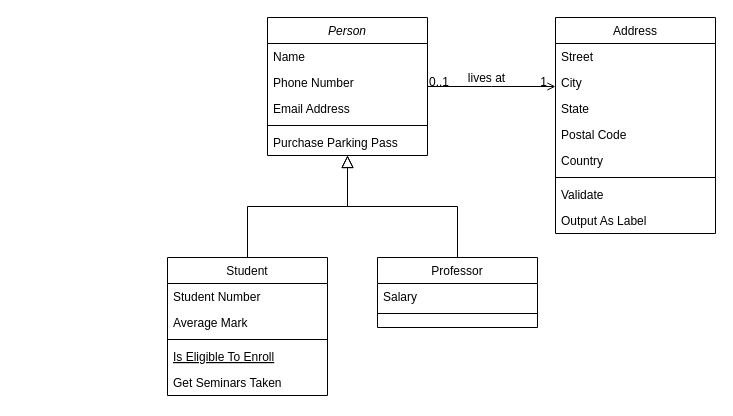
Before: Untitled Diagram.drawio in yanhj/DrawIO, a draw.io diagram. Source tidied: cells renumbered, new cells numbered last; positions are measured from the earlier drawing's top-left corner, leaving out a move shared by most shapes. Both pictures are drawn from the tidied source at 100%, with x=0, y=0 at pixel (167, 17).
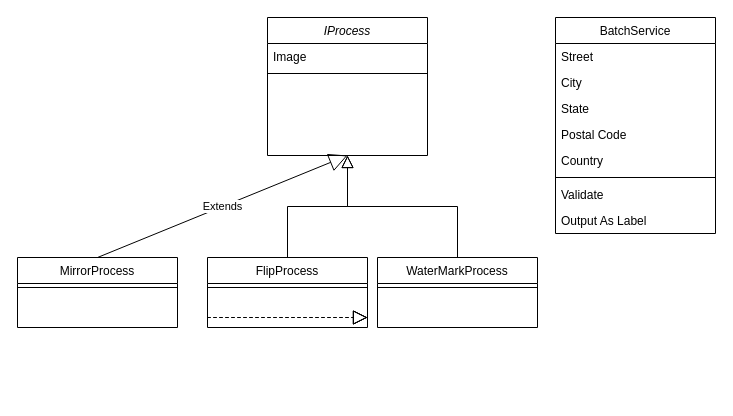
The same page after the edit.

Diff of the diagram source:
```diff
@@
-    <mxCell id="2" value="Person" style="swimlane;fontStyle=2;align=center;verticalAlign=top;horizontal=1;startSize=26;rounded=0;shadow=0;strokeWidth=1;" parent="1" vertex="1">
+    <mxCell id="2" value="IProcess&#10;" style="swimlane;fontStyle=2;align=center;verticalAlign=top;horizontal=1;startSize=26;rounded=0;shadow=0;strokeWidth=1;" parent="1" vertex="1">
       <mxGeometry x="100" width="160" height="138" as="geometry" />
     </mxCell>
-    <mxCell id="3" value="Name" style="text;align=left;verticalAlign=top;spacingLeft=4;spacingRight=4;overflow=hidden;" parent="2" vertex="1">
+    <mxCell id="3" value="Image" style="text;align=left;verticalAlign=top;spacingLeft=4;spacingRight=4;overflow=hidden;" parent="2" vertex="1">
       <mxGeometry y="26" width="160" height="26" as="geometry" />
     </mxCell>
-    <mxCell id="4" value="Phone Number" style="text;align=left;verticalAlign=top;spacingLeft=4;spacingRight=4;overflow=hidden;rounded=0;shadow=0;html=0;" parent="2" vertex="1">
-      <mxGeometry y="52" width="160" height="26" as="geometry" />
-    </mxCell>
-    <mxCell id="5" value="Email Address" style="text;align=left;verticalAlign=top;spacingLeft=4;spacingRight=4;overflow=hidden;rounded=0;shadow=0;html=0;" parent="2" vertex="1">
-      <mxGeometry y="78" width="160" height="26" as="geometry" />
-    </mxCell>
     <mxCell id="6" style="line;html=1;strokeWidth=1;align=left;verticalAlign=middle;spacingTop=-1;spacingLeft=3;spacingRight=3;labelPosition=right;" parent="2" vertex="1">
-      <mxGeometry y="104" width="160" height="8" as="geometry" />
+      <mxGeometry y="52" width="160" height="8" as="geometry" />
     </mxCell>
-    <mxCell id="7" value="Purchase Parking Pass" style="text;align=left;verticalAlign=top;spacingLeft=4;spacingRight=4;overflow=hidden;" parent="2" vertex="1">
-      <mxGeometry y="112" width="160" height="26" as="geometry" />
-    </mxCell>
-    <mxCell id="8" value="Student" style="swimlane;fontStyle=0;align=center;verticalAlign=top;horizontal=1;startSize=26;rounded=0;shadow=0;strokeWidth=1;" parent="1" vertex="1">
-      <mxGeometry y="240" width="160" height="138" as="geometry" />
+    <mxCell id="8" value="FlipProcess" style="swimlane;fontStyle=0;align=center;verticalAlign=top;horizontal=1;startSize=26;rounded=0;shadow=0;strokeWidth=1;" parent="1" vertex="1">
+      <mxGeometry x="40" y="240" width="160" height="70" as="geometry" />
     </mxCell>
-    <mxCell id="9" value="Student Number" style="text;align=left;verticalAlign=top;spacingLeft=4;spacingRight=4;overflow=hidden;" parent="8" vertex="1">
-      <mxGeometry y="26" width="160" height="26" as="geometry" />
-    </mxCell>
-    <mxCell id="10" value="Average Mark" style="text;align=left;verticalAlign=top;spacingLeft=4;spacingRight=4;overflow=hidden;rounded=0;shadow=0;html=0;" parent="8" vertex="1">
-      <mxGeometry y="52" width="160" height="26" as="geometry" />
-    </mxCell>
     <mxCell id="11" style="line;html=1;strokeWidth=1;align=left;verticalAlign=middle;spacingTop=-1;spacingLeft=3;spacingRight=3;labelPosition=right;" parent="8" vertex="1">
-      <mxGeometry y="78" width="160" height="8" as="geometry" />
+      <mxGeometry y="26" width="160" height="8" as="geometry" />
     </mxCell>
-    <mxCell id="12" value="Is Eligible To Enroll" style="text;align=left;verticalAlign=top;spacingLeft=4;spacingRight=4;overflow=hidden;fontStyle=4;" parent="8" vertex="1">
-      <mxGeometry y="86" width="160" height="26" as="geometry" />
-    </mxCell>
-    <mxCell id="13" value="Get Seminars Taken" style="text;align=left;verticalAlign=top;spacingLeft=4;spacingRight=4;overflow=hidden;" parent="8" vertex="1">
-      <mxGeometry y="112" width="160" height="26" as="geometry" />
-    </mxCell>
@@
-    <mxCell id="15" value="Professor" style="swimlane;fontStyle=0;align=center;verticalAlign=top;horizontal=1;startSize=26;rounded=0;shadow=0;strokeWidth=1;" parent="1" vertex="1">
+    <mxCell id="15" value="WaterMarkProcess" style="swimlane;fontStyle=0;align=center;verticalAlign=top;horizontal=1;startSize=26;rounded=0;shadow=0;strokeWidth=1;" parent="1" vertex="1">
       <mxGeometry x="210" y="240" width="160" height="70" as="geometry" />
     </mxCell>
-    <mxCell id="16" value="Salary" style="text;align=left;verticalAlign=top;spacingLeft=4;spacingRight=4;overflow=hidden;" parent="15" vertex="1">
-      <mxGeometry y="26" width="160" height="26" as="geometry" />
-    </mxCell>
     <mxCell id="17" style="line;html=1;strokeWidth=1;align=left;verticalAlign=middle;spacingTop=-1;spacingLeft=3;spacingRight=3;labelPosition=right;" parent="15" vertex="1">
-      <mxGeometry y="52" width="160" height="8" as="geometry" />
+      <mxGeometry y="26" width="160" height="8" as="geometry" />
     </mxCell>
@@
-    <mxCell id="19" value="Address" style="swimlane;fontStyle=0;align=center;verticalAlign=top;horizontal=1;startSize=26;rounded=0;shadow=0;strokeWidth=1;" parent="1" vertex="1">
+    <mxCell id="19" value="BatchService&#10;" style="swimlane;fontStyle=0;align=center;verticalAlign=top;horizontal=1;startSize=26;rounded=0;shadow=0;strokeWidth=1;" parent="1" vertex="1">
       <mxGeometry x="388" width="160" height="216" as="geometry" />
     </mxCell>
@@
-    <mxCell id="28" style="endArrow=open;shadow=0;strokeWidth=1;rounded=0;endFill=1;edgeStyle=elbowEdgeStyle;elbow=vertical;" parent="1" edge="1" source="2" target="19">
-      <mxGeometry x="0.5" y="41" relative="1" as="geometry">
-        <mxPoint x="-40" y="32" as="offset" />
-      </mxGeometry>
-    </mxCell>
-    <mxCell id="29" value="0..1" style="align=left;verticalAlign=bottom;labelBackgroundColor=none;fontSize=12;" parent="28" vertex="1">
-      <mxGeometry x="-1" relative="1" as="geometry">
-        <mxPoint y="4" as="offset" />
-      </mxGeometry>
-    </mxCell>
-    <mxCell id="30" value="1" style="align=right;verticalAlign=bottom;labelBackgroundColor=none;fontSize=12;" parent="28" vertex="1">
-      <mxGeometry x="1" relative="1" as="geometry">
-        <mxPoint x="-7" y="4" as="offset" />
-      </mxGeometry>
-    </mxCell>
-    <mxCell id="31" value="lives at" style="text;html=1;align=center;verticalAlign=middle;labelBackgroundColor=none;rounded=0;shadow=0;strokeWidth=1;fontSize=12;" parent="28" vertex="1">
-      <mxGeometry x="0.5" y="49" relative="1" as="geometry">
-        <mxPoint x="-38" y="40" as="offset" />
-      </mxGeometry>
-    </mxCell>
+    <mxCell id="32" value="MirrorProcess" style="swimlane;fontStyle=0;align=center;verticalAlign=top;horizontal=1;startSize=26;rounded=0;shadow=0;strokeWidth=1;" parent="1" vertex="1">
+      <mxGeometry x="-150" y="240" width="160" height="70" as="geometry" />
+    </mxCell>
+    <mxCell id="33" style="line;html=1;strokeWidth=1;align=left;verticalAlign=middle;spacingTop=-1;spacingLeft=3;spacingRight=3;labelPosition=right;" parent="32" vertex="1">
+      <mxGeometry y="26" width="160" height="8" as="geometry" />
+    </mxCell>
+    <mxCell id="34" style="endArrow=block;dashed=1;endFill=0;endSize=12;html=1;rounded=0;" parent="1" edge="1">
+      <mxGeometry relative="1" as="geometry">
+        <mxPoint x="40" y="300" as="sourcePoint" />
+        <mxPoint x="200" y="300" as="targetPoint" />
+      </mxGeometry>
+    </mxCell>
+    <mxCell id="35" style="endArrow=block;dashed=1;endFill=0;endSize=12;html=1;rounded=0;" parent="1" edge="1">
+      <mxGeometry relative="1" as="geometry">
+        <mxPoint x="40" y="300" as="sourcePoint" />
+        <mxPoint x="200" y="300" as="targetPoint" />
+      </mxGeometry>
+    </mxCell>
+    <mxCell id="36" style="endArrow=block;dashed=1;endFill=0;endSize=12;html=1;rounded=0;" parent="1" edge="1">
+      <mxGeometry relative="1" as="geometry">
+        <mxPoint x="40" y="300" as="sourcePoint" />
+        <mxPoint x="200" y="300" as="targetPoint" />
+      </mxGeometry>
+    </mxCell>
+    <mxCell id="37" value="Extends" style="endArrow=block;endSize=16;endFill=0;html=1;rounded=0;exitX=0.5;exitY=0;exitDx=0;exitDy=0;entryX=0.5;entryY=1;entryDx=0;entryDy=0;" parent="1" edge="1" source="32" target="2">
+      <mxGeometry relative="1" as="geometry" />
+    </mxCell>
```
